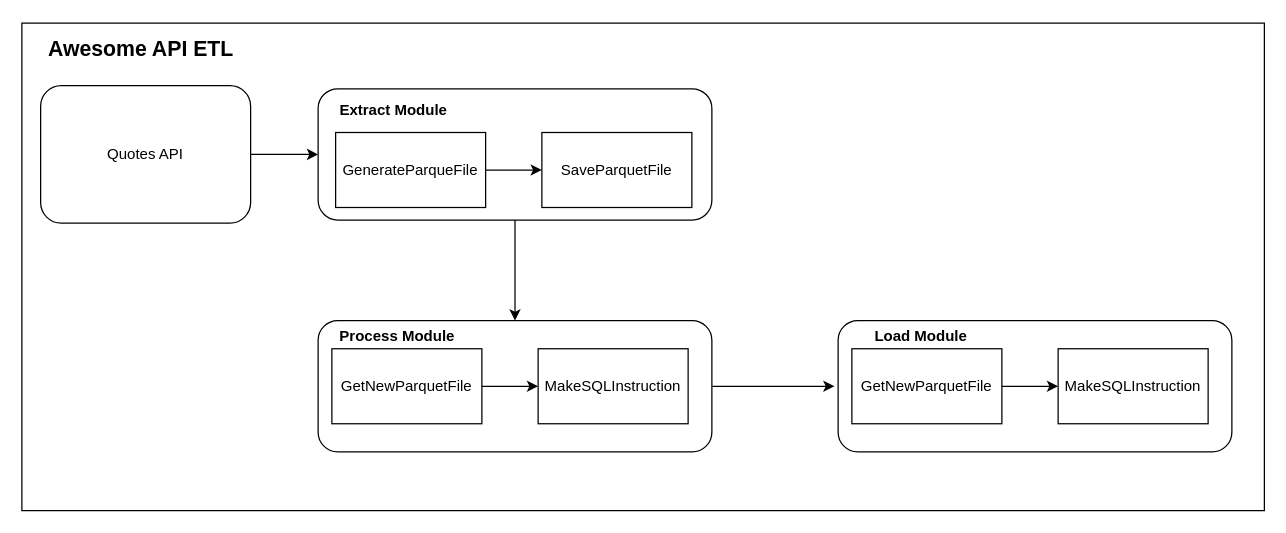
This is etl_awesome_api.drawio from ivdatahub/data-consumer-api, a draw.io file, before an edit. Source tidied: cells renumbered, new cells numbered last; positions are measured from the earlier drawing's top-left corner, leaving out a move shared by most shapes. Both pictures are drawn from the tidied source at 125%, with x=0, y=0 at pixel (21, 21).
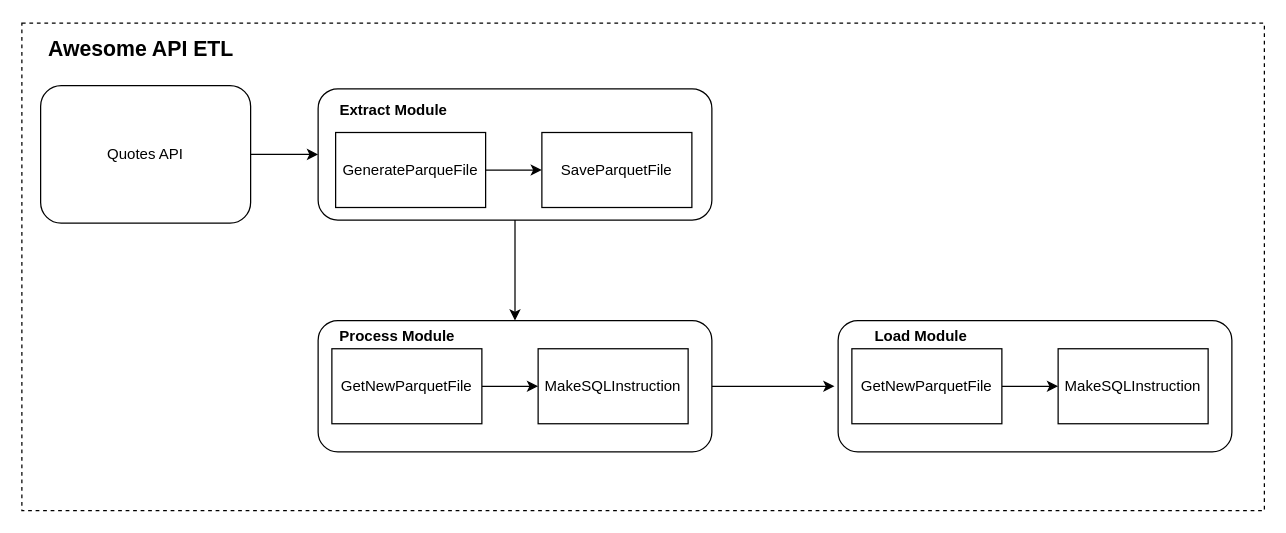
The same diagram, later.

Change to the diagram source:
```diff
@@
-    <mxCell id="3" style="rounded=0;whiteSpace=wrap;html=1;" parent="1" vertex="1">
+    <mxCell id="3" style="rounded=0;whiteSpace=wrap;html=1;dashed=1;" parent="1" vertex="1">
       <mxGeometry y="1" width="994" height="390" as="geometry" />
     </mxCell>
```
